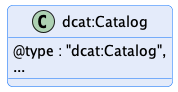
Above: catalog/message/diagram/catalog.png in International-Data-Spaces-Association/ids-specification (PlantUML), before the change.
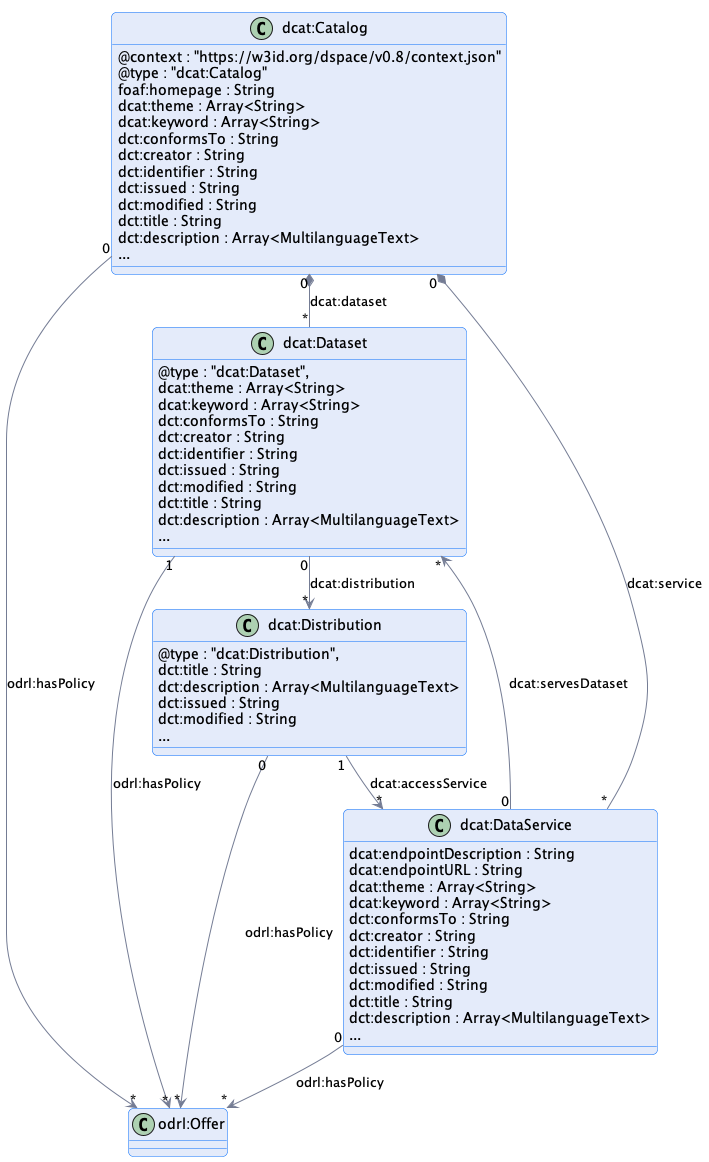
Above is the later version.

The edit, as a diff of the source:
```diff
@@ -1,14 +1,83 @@
 @startuml "catalog"
 !pragma layout smetana
 
-!include ../../diagrams/diagram.styles.puml
+!include ../../../common/style/diagram.styles.puml
 
 hide empty description
 
 
 class dcat:Catalog {
-    @type : "dcat:Catalog",
+    @context : "https://w3id.org/dspace/v0.8/context.json"
+    @type : "dcat:Catalog"
+    foaf:homepage : String
+    dcat:theme : Array<String>
+    dcat:keyword : Array<String>
+    dct:conformsTo : String
+    dct:creator : String
+    dct:identifier : String
+    dct:issued : String
+    dct:modified : String
+    dct:title : String
+    dct:description : Array<MultilanguageText>
     ...
 }
 
+"dcat:Catalog" "0" *-- "*" "dcat:Dataset" : "dcat:dataset"
+
+"dcat:Catalog" "0" *-- "*" "dcat:DataService" : "dcat:service"
+
+"dcat:Catalog" "0" --> "*" "odrl:Offer" : "odrl:hasPolicy"
+
+
+class dcat:Dataset {
+    @type : "dcat:Dataset",
+    dcat:theme : Array<String>
+    dcat:keyword : Array<String>
+    dct:conformsTo : String
+    dct:creator : String
+    dct:identifier : String
+    dct:issued : String
+    dct:modified : String
+    dct:title : String
+    dct:description : Array<MultilanguageText>
+    ...
+}
+
+"dcat:Dataset" "1" --> "*" "odrl:Offer" : "odrl:hasPolicy"
+
+"dcat:Dataset" "0" --> "*" "dcat:Distribution" : "dcat:distribution"
+
+class dcat:DataService {
+    dcat:endpointDescription : String
+    dcat:endpointURL : String
+    dcat:theme : Array<String>
+    dcat:keyword : Array<String>
+    dct:conformsTo : String
+    dct:creator : String
+    dct:identifier : String
+    dct:issued : String
+    dct:modified : String
+    dct:title : String
+    dct:description : Array<MultilanguageText>
+    ...
+}
+
+"dcat:DataService" "0" --> "*" "dcat:Dataset" : "dcat:servesDataset"
+
+"dcat:DataService" "0" --> "*" "odrl:Offer" : "odrl:hasPolicy"
+
+
+class dcat:Distribution {
+    @type : "dcat:Distribution",
+    dct:title : String
+    dct:description : Array<MultilanguageText>
+    dct:issued : String
+    dct:modified : String
+    ...
+}
+
+"dcat:Distribution" "0" --> "*" "odrl:Offer" : "odrl:hasPolicy"
+
+"dcat:Distribution" "1" --> "*" "dcat:DataService" : "dcat:accessService"
+
 @enduml
```
